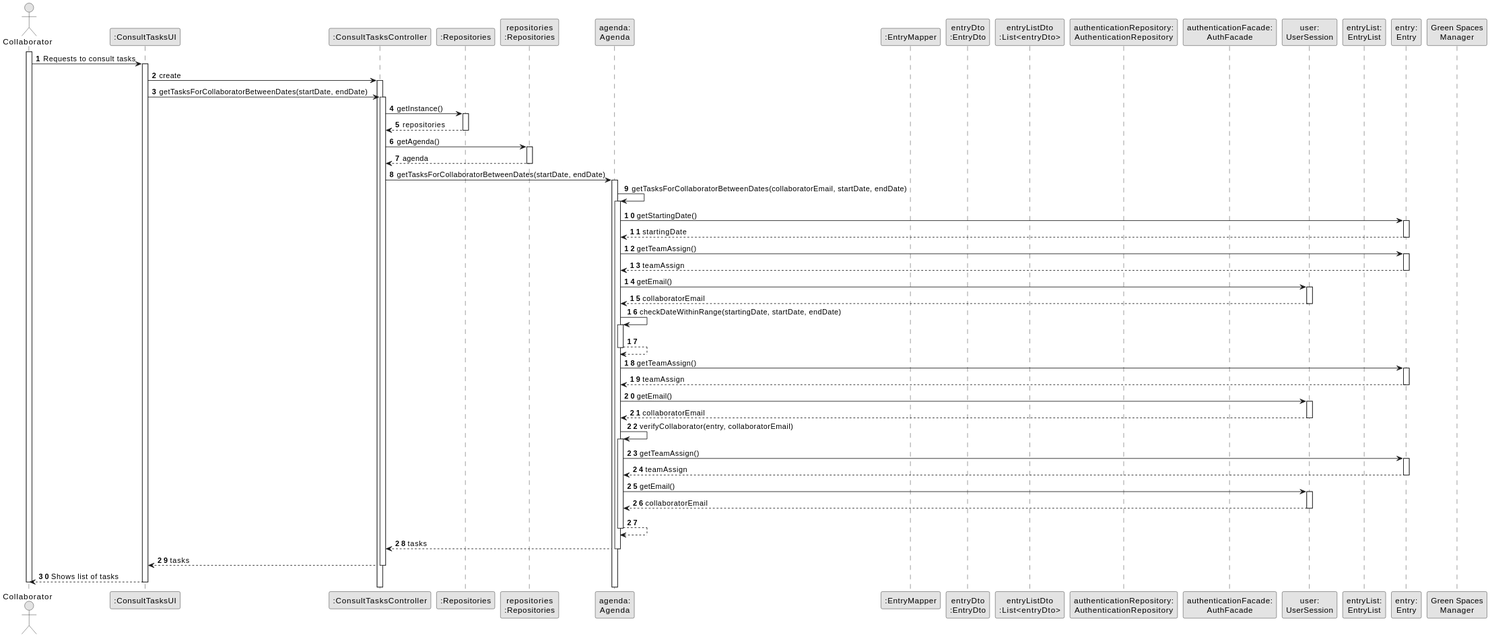
This is docs/sprintA&B&C/us028/03.design/svg/us028-sequence-diagram-full.svg from daniel41silva05/ISEP_2023_2024_LAPR2, a PlantUML export, as it was before one commit.
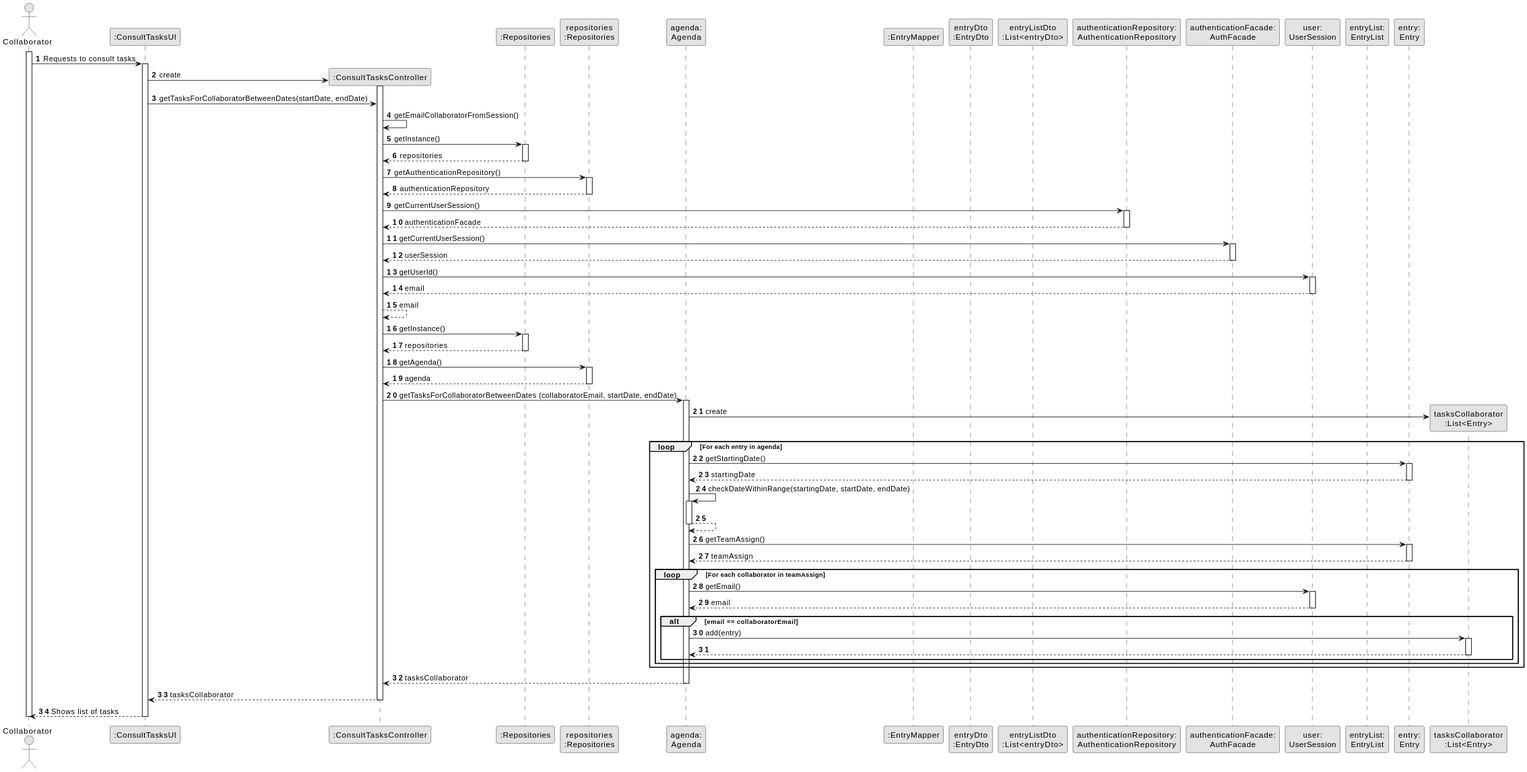
The same file after the commit.

Commit message:
US28 Sequence Diagram Correction

Change to the diagram source:
```diff
@@ -19,18 +19,52 @@
 participant "user:\nUserSession" as user
 participant "entryList:\nEntryList" as entryList
 participant "entry:\nEntry" as ENTRY
-participant "Green Spaces\nManager" as GSM
 
 activate COLLABORATOR
 
 COLLABORATOR -> UI : Requests to consult tasks
-activate UI
+    activate UI
 
-    UI -> CTRL : create
-    activate CTRL
+    UI -> CTRL** : create
+        activate CTRL
 
     UI -> CTRL : getTasksForCollaboratorBetweenDates(startDate, endDate)
-    activate CTRL
+
+            CTRL -> CTRL: getEmailCollaboratorFromSession()
+
+            CTRL -> REP: getInstance()
+            activate REP
+
+            REP --> CTRL: repositories
+            deactivate REP
+
+            CTRL -> REPS: getAuthenticationRepository()
+            activate REPS
+
+            REPS --> CTRL: authenticationRepository
+            deactivate REPS
+
+            CTRL -> authentication: getCurrentUserSession()
+            activate authentication
+
+            authentication --> CTRL: authenticationFacade
+            deactivate authentication
+
+            CTRL -> authFacade: getCurrentUserSession()
+            activate authFacade
+
+            authFacade --> CTRL: userSession
+            deactivate authFacade
+
+            CTRL -> user: getUserId()
+            activate user
+
+            user --> CTRL: email
+            deactivate user
+
+            CTRL --> CTRL: email
+
+
 
         CTRL -> REP : getInstance()
         activate REP
@@ -44,29 +78,18 @@
         REPS --> CTRL: agenda
         deactivate REPS
 
-        CTRL -> AGENDA : getTasksForCollaboratorBetweenDates(startDate, endDate)
+        CTRL -> AGENDA : getTasksForCollaboratorBetweenDates (collaboratorEmail, startDate, endDate)
         activate AGENDA
 
-            AGENDA -> AGENDA : getTasksForCollaboratorBetweenDates(collaboratorEmail, startDate, endDate)
-            activate AGENDA
+                AGENDA -> "tasksCollaborator\n:List<Entry>"** : create
+
+                loop For each entry in agenda
 
                 AGENDA -> ENTRY : getStartingDate()
                 activate ENTRY
 
                 ENTRY --> AGENDA : startingDate
                 deactivate ENTRY
-
-                AGENDA -> ENTRY : getTeamAssign()
-                activate ENTRY
-
-                ENTRY --> AGENDA : teamAssign
-                deactivate ENTRY
-
-                AGENDA -> user : getEmail()
-                activate user
-
-                user --> AGENDA : collaboratorEmail
-                deactivate user
 
                 AGENDA -> AGENDA : checkDateWithinRange(startingDate, startDate, endDate)
                 activate AGENDA
@@ -80,34 +103,32 @@
                 ENTRY --> AGENDA : teamAssign
                 deactivate ENTRY
 
+                loop For each collaborator in teamAssign
+
                 AGENDA -> user : getEmail()
                 activate user
 
-                user --> AGENDA : collaboratorEmail
+                user --> AGENDA : email
                 deactivate user
 
-                AGENDA -> AGENDA : verifyCollaborator(entry, collaboratorEmail)
-                activate AGENDA
+                alt email == collaboratorEmail
 
-                    AGENDA -> ENTRY : getTeamAssign()
-                    activate ENTRY
+                AGENDA -> "tasksCollaborator\n:List<Entry>" : add(entry)
+                activate "tasksCollaborator\n:List<Entry>"
 
-                    ENTRY --> AGENDA : teamAssign
-                    deactivate ENTRY
+                "tasksCollaborator\n:List<Entry>" --> AGENDA
+                deactivate "tasksCollaborator\n:List<Entry>"
 
-                    AGENDA -> user : getEmail()
-                    activate user
+                end
+                end loop
+                end loop
 
-                    user --> AGENDA : collaboratorEmail
-                    deactivate user
 
-                AGENDA --> AGENDA
-                deactivate AGENDA
 
-            AGENDA --> CTRL : tasks
+            AGENDA --> CTRL : tasksCollaborator
             deactivate AGENDA
 
-        CTRL --> UI : tasks
+        CTRL --> UI : tasksCollaborator
         deactivate CTRL
 
     UI --> COLLABORATOR : Shows list of tasks
```
